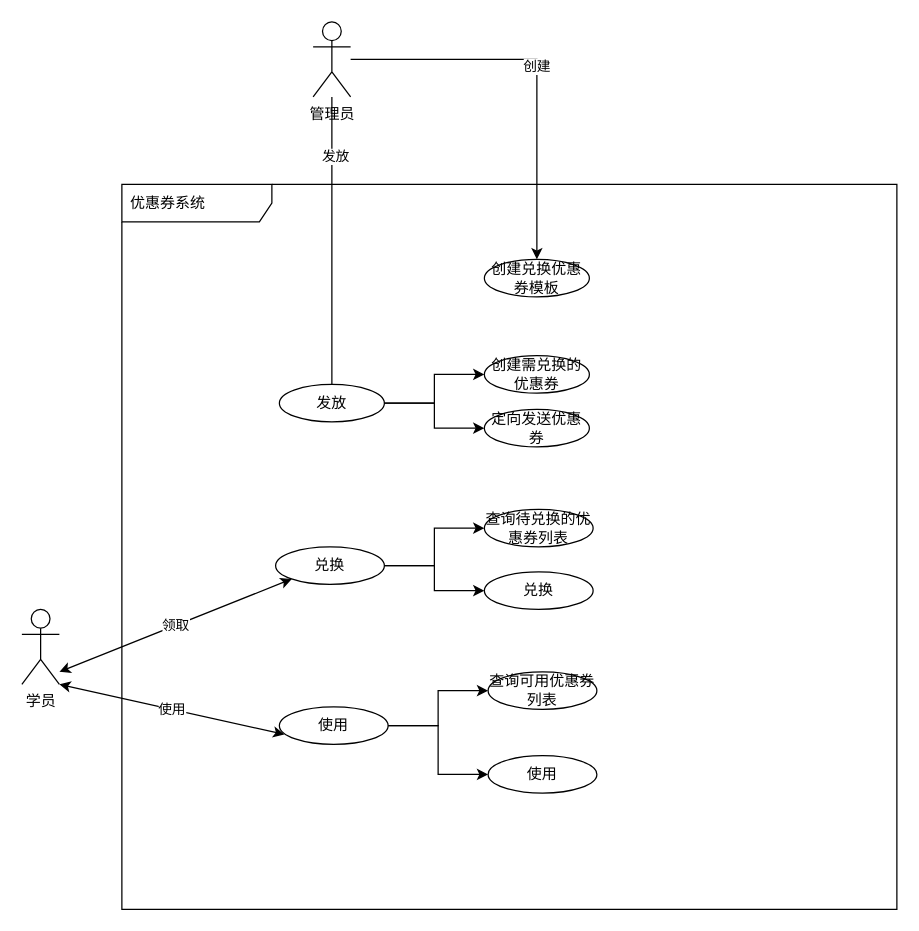
This is Untitled Diagram.drawio from wangxing1613/php-apache-image, a draw.io file, before an edit. Source tidied: cells renumbered, new cells numbered last; positions are measured from the earlier drawing's top-left corner, leaving out a move shared by most shapes. Both pictures are drawn from the tidied source at 125%, with x=0, y=0 at pixel (21, 21).
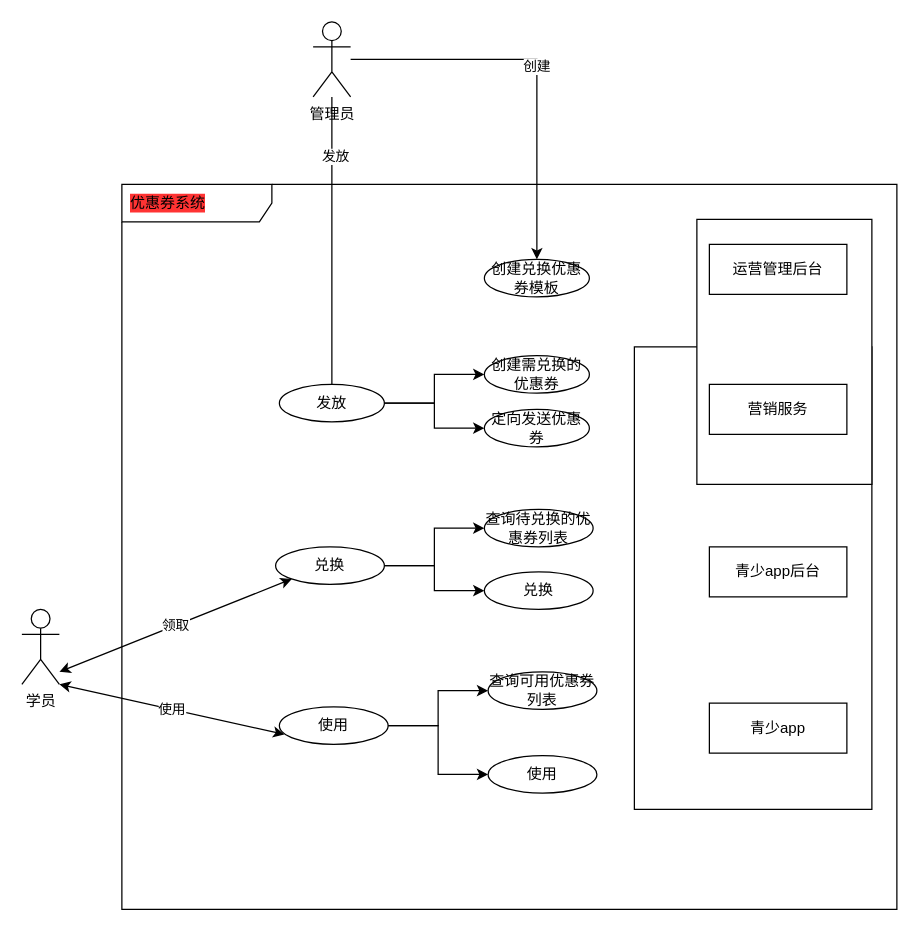
Above is the later version.

Commit message:
更新服务关系

Diff of the diagram source:
```diff
@@
+    <mxCell id="26" style="rounded=0;whiteSpace=wrap;html=1;labelBackgroundColor=#FF3333;" parent="1" vertex="1">
+      <mxGeometry x="490" y="260" width="190" height="370" as="geometry" />
+    </mxCell>
+    <mxCell id="27" style="rounded=0;whiteSpace=wrap;html=1;" parent="1" vertex="1">
+      <mxGeometry x="540" y="158" width="140" height="212" as="geometry" />
+    </mxCell>
@@
-    <mxCell id="6" value="优惠券系统" style="shape=umlFrame;whiteSpace=wrap;html=1;width=120;height=30;boundedLbl=1;verticalAlign=middle;align=left;spacingLeft=5;" parent="1" vertex="1">
+    <mxCell id="6" value="优惠券系统" style="shape=umlFrame;whiteSpace=wrap;html=1;width=120;height=30;boundedLbl=1;verticalAlign=middle;align=left;spacingLeft=5;labelBackgroundColor=#FF3333;" parent="1" vertex="1">
       <mxGeometry x="80" y="130" width="620" height="580" as="geometry" />
     </mxCell>
@@
+    <mxCell id="28" value="运营管理后台" style="rounded=0;whiteSpace=wrap;html=1;" parent="1" vertex="1">
+      <mxGeometry x="550" y="178" width="110" height="40" as="geometry" />
+    </mxCell>
+    <mxCell id="29" value="营销服务" style="rounded=0;whiteSpace=wrap;html=1;" parent="1" vertex="1">
+      <mxGeometry x="550" y="290" width="110" height="40" as="geometry" />
+    </mxCell>
+    <mxCell id="30" value="青少app后台" style="rounded=0;whiteSpace=wrap;html=1;" parent="1" vertex="1">
+      <mxGeometry x="550" y="420" width="110" height="40" as="geometry" />
+    </mxCell>
+    <mxCell id="31" value="青少app" style="rounded=0;whiteSpace=wrap;html=1;" parent="1" vertex="1">
+      <mxGeometry x="550" y="545" width="110" height="40" as="geometry" />
+    </mxCell>
```
